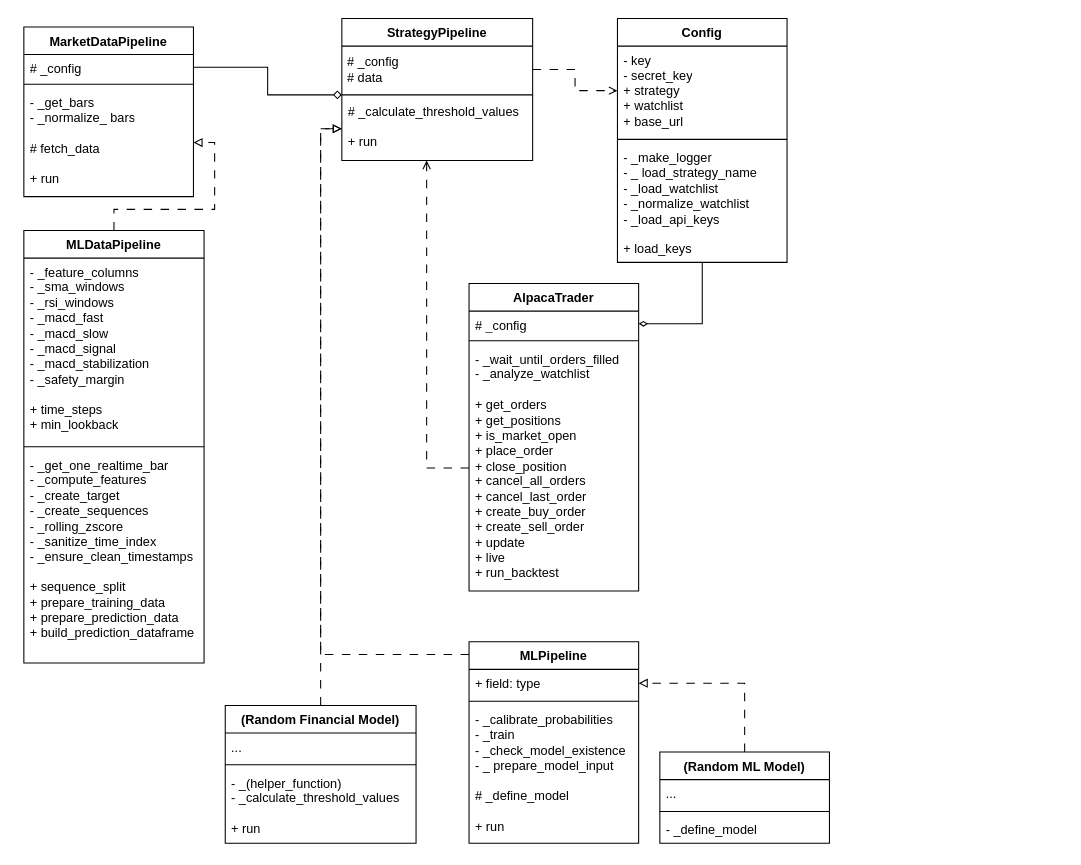
The draw.io diagram figures/backend_design.drawio in MiladTootoonchi/Live-Trading-Platform, before the edit. Source tidied: cells renumbered, new cells numbered last; positions are measured from the earlier drawing's top-left corner, leaving out a move shared by most shapes. Both pictures are drawn from the tidied source at 106%, with x=0, y=0 at pixel (23, 18).
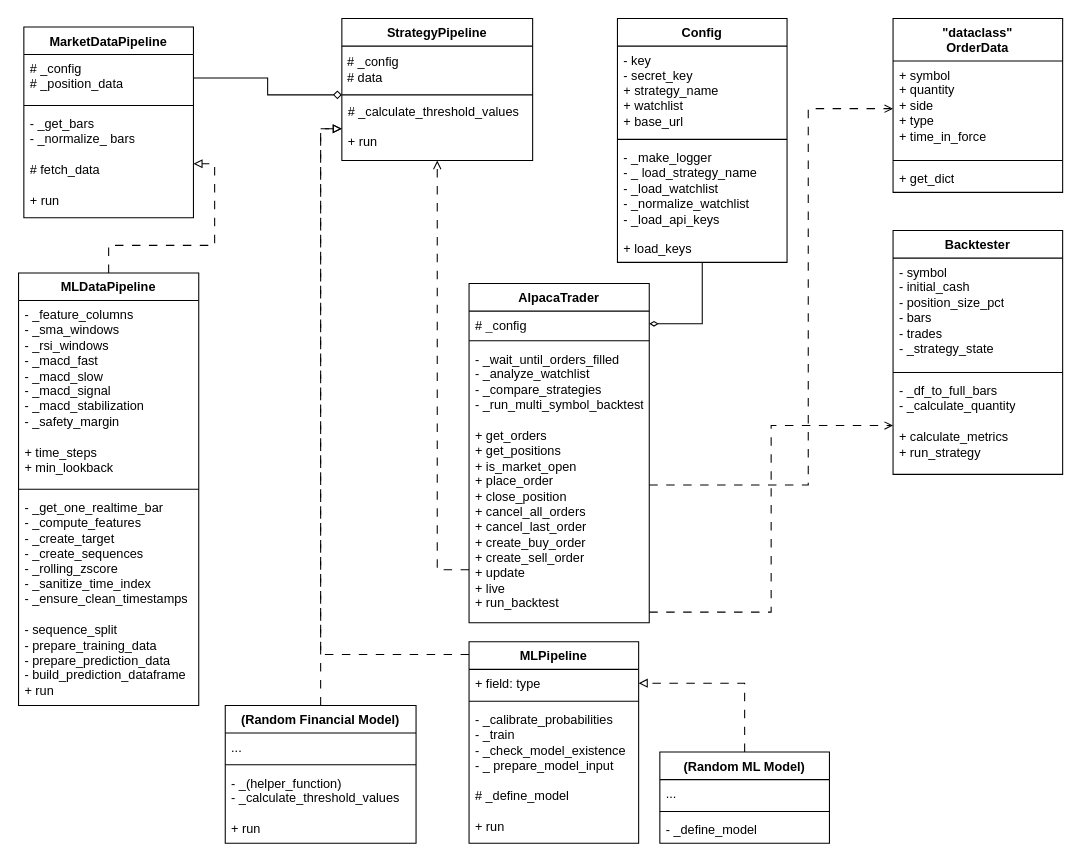
The same page after the edit.

Commit message:
Added OrderData and Backtester, and removed dependecy from strategypipeline to config

Unchanged cells that the change refers to:
```xml
<mxCell id="7" value="Config" style="swimlane;fontStyle=1;align=center;verticalAlign=top;horizontal=1;startSize=26;whiteSpace=wrap;html=1;" parent="1" vertex="1">
  <mxGeometry x="560" width="160" height="230" as="geometry" />
</mxCell>
<mxCell id="17" value="&amp;nbsp;# _config&lt;div&gt;&amp;nbsp;# data&lt;/div&gt;" style="text;html=1;whiteSpace=wrap;strokeColor=none;fillColor=none;align=left;verticalAlign=middle;rounded=0;" parent="16" vertex="1">
  <mxGeometry y="26" width="180" height="44" as="geometry" />
</mxCell>
<mxCell id="19" value="&lt;div&gt;# _calculate_threshold_values&amp;nbsp;&lt;/div&gt;&lt;div&gt;&lt;br&gt;&lt;/div&gt;+ run" style="text;strokeColor=none;fillColor=none;align=left;verticalAlign=top;spacingLeft=4;spacingRight=4;overflow=hidden;points=[[0,0.5],[1,0.5]];portConstraint=eastwest;whiteSpace=wrap;html=1;" parent="16" vertex="1">
  <mxGeometry y="74" width="180" height="60" as="geometry" />
</mxCell>
```

What changed in the source:
```diff
@@
     <mxCell id="2" value="Market&lt;span style=&quot;background-color: transparent; color: light-dark(rgb(0, 0, 0), rgb(255, 255, 255));&quot;&gt;DataPipeline&lt;/span&gt;" style="swimlane;fontStyle=1;align=center;verticalAlign=top;horizontal=1;startSize=26;whiteSpace=wrap;html=1;" parent="1" vertex="1">
-      <mxGeometry y="8" width="160" height="160" as="geometry" />
+      <mxGeometry y="8" width="160" height="180" as="geometry" />
     </mxCell>
-    <mxCell id="3" value="&lt;div&gt;# _config&lt;/div&gt;" style="text;strokeColor=none;fillColor=none;align=left;verticalAlign=top;spacingLeft=4;spacingRight=4;overflow=hidden;points=[[0,0.5],[1,0.5]];portConstraint=eastwest;whiteSpace=wrap;html=1;" parent="2" vertex="1">
-      <mxGeometry y="26" width="160" height="24" as="geometry" />
+    <mxCell id="3" value="&lt;div&gt;# _config&lt;/div&gt;&lt;div&gt;# _position_data&lt;/div&gt;" style="text;strokeColor=none;fillColor=none;align=left;verticalAlign=top;spacingLeft=4;spacingRight=4;overflow=hidden;points=[[0,0.5],[1,0.5]];portConstraint=eastwest;whiteSpace=wrap;html=1;" parent="2" vertex="1">
+      <mxGeometry y="26" width="160" height="44" as="geometry" />
     </mxCell>
     <mxCell id="4" style="line;strokeWidth=1;fillColor=none;align=left;verticalAlign=middle;spacingTop=-1;spacingLeft=3;spacingRight=3;labelPosition=right;strokeColor=inherit;" parent="2" vertex="1">
-      <mxGeometry y="50" width="160" height="8" as="geometry" />
+      <mxGeometry y="70" width="160" height="8" as="geometry" />
     </mxCell>
     <mxCell id="5" value="&lt;div&gt;- _get_bars&lt;span style=&quot;background-color: transparent; color: light-dark(rgb(0, 0, 0), rgb(255, 255, 255));&quot;&gt;&lt;/span&gt;&lt;/div&gt;&lt;div&gt;- _normalize_ bars&lt;/div&gt;&lt;div&gt;&lt;br&gt;&lt;/div&gt;&lt;div&gt;&lt;span style=&quot;background-color: transparent; color: light-dark(rgb(0, 0, 0), rgb(255, 255, 255));&quot;&gt;# fetch_data&lt;/span&gt;&lt;/div&gt;&lt;div&gt;&lt;span style=&quot;background-color: transparent; color: light-dark(rgb(0, 0, 0), rgb(255, 255, 255));&quot;&gt;&lt;br&gt;&lt;/span&gt;&lt;/div&gt;&lt;div&gt;&lt;span style=&quot;background-color: transparent; color: light-dark(rgb(0, 0, 0), rgb(255, 255, 255));&quot;&gt;+ run&lt;/span&gt;&lt;/div&gt;" style="text;strokeColor=none;fillColor=none;align=left;verticalAlign=top;spacingLeft=4;spacingRight=4;overflow=hidden;points=[[0,0.5],[1,0.5]];portConstraint=eastwest;whiteSpace=wrap;html=1;" parent="2" vertex="1">
-      <mxGeometry y="58" width="160" height="102" as="geometry" />
+      <mxGeometry y="78" width="160" height="102" as="geometry" />
     </mxCell>
@@
-    <mxCell id="8" value="- key&lt;div&gt;- secret_key&lt;/div&gt;&lt;div&gt;+ strategy&lt;/div&gt;&lt;div&gt;+ watchlist&lt;/div&gt;&lt;div&gt;+ base_url&lt;/div&gt;" style="text;strokeColor=none;fillColor=none;align=left;verticalAlign=top;spacingLeft=4;spacingRight=4;overflow=hidden;points=[[0,0.5],[1,0.5]];portConstraint=eastwest;whiteSpace=wrap;html=1;" parent="7" vertex="1">
+    <mxCell id="8" value="- key&lt;div&gt;- secret_key&lt;/div&gt;&lt;div&gt;+ strategy_name&lt;/div&gt;&lt;div&gt;+ watchlist&lt;/div&gt;&lt;div&gt;+ base_url&lt;/div&gt;" style="text;strokeColor=none;fillColor=none;align=left;verticalAlign=top;spacingLeft=4;spacingRight=4;overflow=hidden;points=[[0,0.5],[1,0.5]];portConstraint=eastwest;whiteSpace=wrap;html=1;" parent="7" vertex="1">
       <mxGeometry y="26" width="160" height="84" as="geometry" />
     </mxCell>
@@
     <mxCell id="12" value="MLDataPipeline" style="swimlane;fontStyle=1;align=center;verticalAlign=top;horizontal=1;startSize=26;whiteSpace=wrap;html=1;" parent="1" vertex="1">
-      <mxGeometry y="200" width="170" height="408" as="geometry" />
+      <mxGeometry x="-5" y="240" width="170" height="408" as="geometry" />
     </mxCell>
@@
-    <mxCell id="15" value="- _get_one_realtime_bar&lt;div&gt;- _compute_features&lt;/div&gt;&lt;div&gt;- _create_target&lt;/div&gt;&lt;div&gt;- _create_sequences&lt;/div&gt;&lt;div&gt;- _rolling_zscore&lt;/div&gt;&lt;div&gt;- _sanitize_time_index&lt;/div&gt;&lt;div&gt;- _ensure_clean_timestamps&lt;/div&gt;&lt;div&gt;&lt;br&gt;&lt;/div&gt;&lt;div&gt;+ sequence_split&lt;/div&gt;&lt;div&gt;&lt;div&gt;+ prepare_training_data&lt;/div&gt;&lt;div&gt;+ prepare_prediction_data&lt;/div&gt;&lt;/div&gt;&lt;div&gt;+ build_prediction_dataframe&lt;/div&gt;&lt;div&gt;&lt;br&gt;&lt;/div&gt;&lt;div&gt;&lt;br&gt;&lt;/div&gt;" style="text;strokeColor=none;fillColor=none;align=left;verticalAlign=top;spacingLeft=4;spacingRight=4;overflow=hidden;whiteSpace=wrap;html=1;" parent="12" vertex="1">
+    <mxCell id="15" value="- _get_one_realtime_bar&lt;div&gt;- _compute_features&lt;/div&gt;&lt;div&gt;- _create_target&lt;/div&gt;&lt;div&gt;- _create_sequences&lt;/div&gt;&lt;div&gt;- _rolling_zscore&lt;/div&gt;&lt;div&gt;- _sanitize_time_index&lt;/div&gt;&lt;div&gt;- _ensure_clean_timestamps&lt;/div&gt;&lt;div&gt;&lt;br&gt;&lt;/div&gt;&lt;div&gt;- sequence_split&lt;/div&gt;&lt;div&gt;&lt;div&gt;- prepare_training_data&lt;/div&gt;&lt;div&gt;- prepare_prediction_data&lt;/div&gt;&lt;/div&gt;&lt;div&gt;- build_prediction_dataframe&lt;/div&gt;&lt;div&gt;+ run&lt;/div&gt;&lt;div&gt;&lt;br&gt;&lt;/div&gt;" style="text;strokeColor=none;fillColor=none;align=left;verticalAlign=top;spacingLeft=4;spacingRight=4;overflow=hidden;whiteSpace=wrap;html=1;" parent="12" vertex="1">
       <mxGeometry y="208" width="170" height="200" as="geometry" />
     </mxCell>
@@
     <mxCell id="25" value="AlpacaTrader" style="swimlane;fontStyle=1;align=center;verticalAlign=top;horizontal=1;startSize=26;whiteSpace=wrap;html=1;" parent="1" vertex="1">
-      <mxGeometry x="420" y="250" width="160" height="290" as="geometry" />
+      <mxGeometry x="420" y="250" width="170" height="320" as="geometry" />
     </mxCell>
     <mxCell id="26" value="# _config" style="text;strokeColor=none;fillColor=none;align=left;verticalAlign=top;spacingLeft=4;spacingRight=4;overflow=hidden;points=[[0,0.5],[1,0.5]];portConstraint=eastwest;whiteSpace=wrap;html=1;" parent="25" vertex="1">
-      <mxGeometry y="26" width="160" height="24" as="geometry" />
+      <mxGeometry y="26" width="170" height="24" as="geometry" />
     </mxCell>
     <mxCell id="27" style="line;strokeWidth=1;fillColor=none;align=left;verticalAlign=middle;spacingTop=-1;spacingLeft=3;spacingRight=3;labelPosition=right;strokeColor=inherit;" parent="25" vertex="1">
-      <mxGeometry y="50" width="160" height="8" as="geometry" />
+      <mxGeometry y="50" width="170" height="8" as="geometry" />
     </mxCell>
-    <mxCell id="28" value="- _wait_until_orders_filled&lt;div&gt;- _analyze_watchlist&lt;/div&gt;&lt;div&gt;&lt;br&gt;&lt;/div&gt;&lt;div&gt;+ get_orders&lt;/div&gt;&lt;div&gt;+ get_positions&lt;/div&gt;&lt;div&gt;+ is_market_open&lt;/div&gt;&lt;div&gt;+ place_order&lt;/div&gt;&lt;div&gt;+ close_position&lt;/div&gt;&lt;div&gt;+ cancel_all_orders&lt;/div&gt;&lt;div&gt;+ cancel_last_order&lt;/div&gt;&lt;div&gt;+ create_buy_order&lt;/div&gt;&lt;div&gt;+ create_sell_order&lt;/div&gt;&lt;div&gt;+ update&lt;/div&gt;&lt;div&gt;+ live&lt;/div&gt;&lt;div&gt;+ run_backtest&lt;/div&gt;" style="text;strokeColor=none;fillColor=none;align=left;verticalAlign=top;spacingLeft=4;spacingRight=4;overflow=hidden;points=[[0,0.5],[1,0.5]];portConstraint=eastwest;whiteSpace=wrap;html=1;" parent="25" vertex="1">
-      <mxGeometry y="58" width="160" height="232" as="geometry" />
+    <mxCell id="28" value="- _wait_until_orders_filled&lt;div&gt;- _analyze_watchlist&lt;/div&gt;&lt;div&gt;- _compare_strategies&lt;/div&gt;&lt;div&gt;- _run_multi_symbol_backtest&lt;/div&gt;&lt;div&gt;&lt;br&gt;&lt;/div&gt;&lt;div&gt;+ get_orders&lt;/div&gt;&lt;div&gt;+ get_positions&lt;/div&gt;&lt;div&gt;+ is_market_open&lt;/div&gt;&lt;div&gt;+ place_order&lt;/div&gt;&lt;div&gt;+ close_position&lt;/div&gt;&lt;div&gt;+ cancel_all_orders&lt;/div&gt;&lt;div&gt;+ cancel_last_order&lt;/div&gt;&lt;div&gt;+ create_buy_order&lt;/div&gt;&lt;div&gt;+ create_sell_order&lt;/div&gt;&lt;div&gt;+ update&lt;/div&gt;&lt;div&gt;+ live&lt;/div&gt;&lt;div&gt;+ run_backtest&lt;/div&gt;" style="text;strokeColor=none;fillColor=none;align=left;verticalAlign=top;spacingLeft=4;spacingRight=4;overflow=hidden;points=[[0,0.5],[1,0.5]];portConstraint=eastwest;whiteSpace=wrap;html=1;" parent="25" vertex="1">
+      <mxGeometry y="58" width="170" height="262" as="geometry" />
     </mxCell>
@@
     <mxCell id="40" style="edgeStyle=orthogonalEdgeStyle;rounded=0;jettySize=auto;html=1;endArrow=open;endFill=0;dashed=1;dashPattern=8 8;" parent="1" edge="1" source="28" target="19">
       <mxGeometry relative="1" as="geometry">
         <Array as="points">
-          <mxPoint x="380" y="424" />
+          <mxPoint x="390" y="520" />
         </Array>
       </mxGeometry>
     </mxCell>
-    <mxCell id="41" style="edgeStyle=orthogonalEdgeStyle;rounded=0;jettySize=auto;html=1;entryX=0;entryY=0.5;entryDx=0;entryDy=0;dashed=1;dashPattern=8 8;endArrow=open;endFill=0;" parent="1" edge="1" source="17" target="8">
-      <mxGeometry relative="1" as="geometry" />
-    </mxCell>
+    <mxCell id="42" value="Backtester" style="swimlane;fontStyle=1;align=center;verticalAlign=top;horizontal=1;startSize=26;whiteSpace=wrap;html=1;" parent="1" vertex="1">
+      <mxGeometry x="820" y="200" width="160" height="230" as="geometry" />
+    </mxCell>
+    <mxCell id="43" value="- symbol&lt;div&gt;- initial_cash&lt;/div&gt;&lt;div&gt;- position_size_pct&lt;/div&gt;&lt;div&gt;- bars&lt;/div&gt;&lt;div&gt;- trades&lt;/div&gt;&lt;div&gt;- _strategy_state&lt;/div&gt;" style="text;strokeColor=none;fillColor=none;align=left;verticalAlign=top;spacingLeft=4;spacingRight=4;overflow=hidden;whiteSpace=wrap;html=1;" parent="42" vertex="1">
+      <mxGeometry y="26" width="160" height="104" as="geometry" />
+    </mxCell>
+    <mxCell id="44" style="line;strokeWidth=1;fillColor=none;align=left;verticalAlign=middle;spacingTop=-1;spacingLeft=3;spacingRight=3;labelPosition=right;strokeColor=inherit;" parent="42" vertex="1">
+      <mxGeometry y="130" width="160" height="8" as="geometry" />
+    </mxCell>
+    <mxCell id="45" value="- _df_to_full_bars&lt;div&gt;- _calculate_quantity&lt;/div&gt;&lt;div&gt;&lt;br&gt;&lt;/div&gt;&lt;div&gt;+ calculate_metrics&lt;/div&gt;&lt;div&gt;+ run_strategy&lt;/div&gt;" style="text;strokeColor=none;fillColor=none;align=left;verticalAlign=top;spacingLeft=4;spacingRight=4;overflow=hidden;points=[[0,0.5],[1,0.5]];portConstraint=eastwest;whiteSpace=wrap;html=1;" parent="42" vertex="1">
+      <mxGeometry y="138" width="160" height="92" as="geometry" />
+    </mxCell>
+    <mxCell id="46" value="&lt;div&gt;&quot;dataclass&quot;&lt;/div&gt;OrderData" style="swimlane;fontStyle=1;align=center;verticalAlign=top;horizontal=1;startSize=40;whiteSpace=wrap;html=1;" parent="1" vertex="1">
+      <mxGeometry x="820" width="160" height="164" as="geometry" />
+    </mxCell>
+    <mxCell id="47" value="+ symbol&lt;div&gt;+ quantity&amp;nbsp;&lt;/div&gt;&lt;div&gt;+ side&lt;/div&gt;&lt;div&gt;+ type&amp;nbsp;&lt;/div&gt;&lt;div&gt;+ time_in_force&lt;/div&gt;" style="text;strokeColor=none;fillColor=none;align=left;verticalAlign=top;spacingLeft=4;spacingRight=4;overflow=hidden;points=[[0,0.5],[1,0.5]];portConstraint=eastwest;whiteSpace=wrap;html=1;" parent="46" vertex="1">
+      <mxGeometry y="40" width="160" height="90" as="geometry" />
+    </mxCell>
+    <mxCell id="48" style="line;strokeWidth=1;fillColor=none;align=left;verticalAlign=middle;spacingTop=-1;spacingLeft=3;spacingRight=3;labelPosition=right;strokeColor=inherit;" parent="46" vertex="1">
+      <mxGeometry y="130" width="160" height="8" as="geometry" />
+    </mxCell>
+    <mxCell id="49" value="+ get_dict" style="text;strokeColor=none;fillColor=none;align=left;verticalAlign=top;spacingLeft=4;spacingRight=4;overflow=hidden;whiteSpace=wrap;html=1;" parent="46" vertex="1">
+      <mxGeometry y="138" width="160" height="26" as="geometry" />
+    </mxCell>
+    <mxCell id="50" style="edgeStyle=orthogonalEdgeStyle;rounded=0;jettySize=auto;html=1;entryX=0;entryY=0.5;entryDx=0;entryDy=0;endArrow=open;endFill=0;dashed=1;dashPattern=8 8;" parent="1" edge="1" source="28" target="45">
+      <mxGeometry relative="1" as="geometry">
+        <Array as="points">
+          <mxPoint x="705" y="560" />
+          <mxPoint x="705" y="384" />
+        </Array>
+      </mxGeometry>
+    </mxCell>
+    <mxCell id="51" style="edgeStyle=orthogonalEdgeStyle;rounded=0;jettySize=auto;html=1;entryX=0;entryY=0.5;entryDx=0;entryDy=0;endArrow=open;endFill=0;dashed=1;dashPattern=8 8;" parent="1" edge="1" source="28" target="47">
+      <mxGeometry relative="1" as="geometry">
+        <Array as="points">
+          <mxPoint x="740" y="440" />
+          <mxPoint x="740" y="85" />
+        </Array>
+      </mxGeometry>
+    </mxCell>
```
